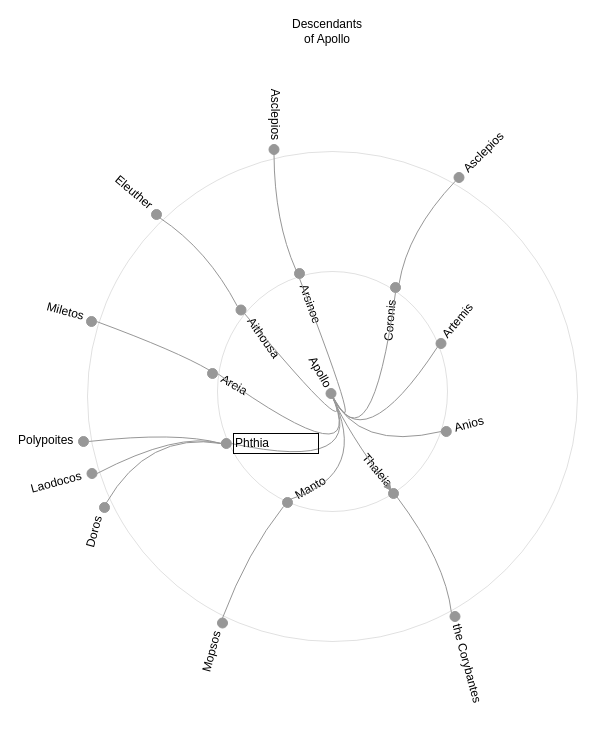
This is page "Radial tidytree" (1 of 4) of img/Tidytree and Dendrograms.drawio from yayalu/greekgraphs-prototypes, a draw.io file, before an edit. Source tidied: cells renumbered, new cells numbered last; positions are measured from the earlier drawing's top-left corner, leaving out a move shared by most shapes. Both pictures are drawn from the tidied source at 100%, with x=0, y=0 at pixel (16, 21).
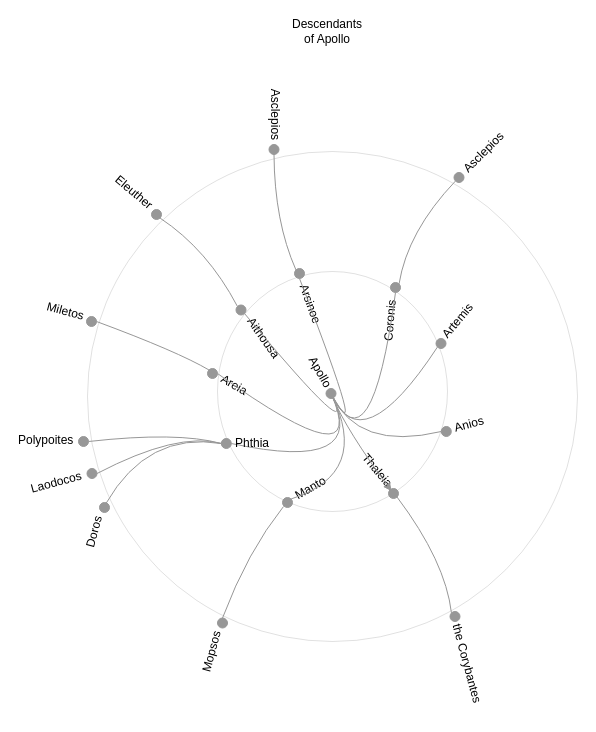
The same page after the edit.

Diff of the diagram source:
```diff
@@
-    <mxCell id="56" value="Phthia" style="text;html=1;strokeColor=#000000;fillColor=none;align=left;verticalAlign=middle;whiteSpace=wrap;rounded=0;rotation=0;" parent="1" vertex="1">
+    <mxCell id="56" value="Phthia" style="text;html=1;strokeColor=none;fillColor=none;align=left;verticalAlign=middle;whiteSpace=wrap;rounded=0;rotation=0;" parent="1" vertex="1">
       <mxGeometry x="217" y="412" width="85" height="20" as="geometry" />
     </mxCell>
```
